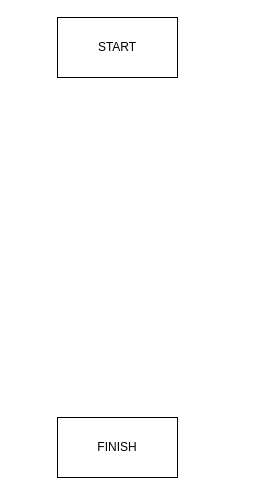
Above: Grafos/Diagrama sin título.drawio in Aaaacooooo/ETS_Directory (draw.io), before the change. Source tidied: cells renumbered, new cells numbered last; positions are measured from the earlier drawing's top-left corner, leaving out a move shared by most shapes. Both pictures are drawn from the tidied source at 100%, with x=0, y=0 at pixel (57, 17). Pictures stored in the file or linked from it are replaced by grey dashed boxes.
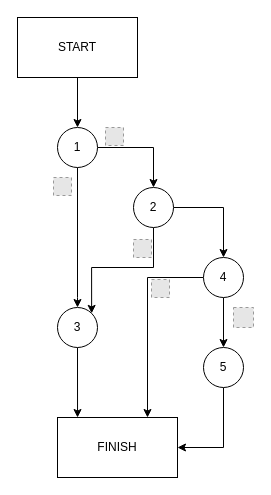
The same page after the edit.

Unchanged cells that the change refers to:
```xml
<mxCell id="3" value="FINISH" style="rounded=0;whiteSpace=wrap;html=1;" parent="1" vertex="1">
  <mxGeometry y="400" width="120" height="60" as="geometry" />
</mxCell>
```

What changed in the source:
```diff
@@
+    <mxCell id="4" style="edgeStyle=orthogonalEdgeStyle;rounded=0;jettySize=auto;html=1;entryX=0.5;entryY=0;entryDx=0;entryDy=0;" parent="1" edge="1" source="2" target="7">
+      <mxGeometry relative="1" as="geometry" />
+    </mxCell>
     <mxCell id="2" value="START" style="rounded=0;whiteSpace=wrap;html=1;" parent="1" vertex="1">
-      <mxGeometry width="120" height="60" as="geometry" />
+      <mxGeometry x="-40" width="120" height="60" as="geometry" />
     </mxCell>
@@
+    <mxCell id="5" style="edgeStyle=orthogonalEdgeStyle;rounded=0;jettySize=auto;html=1;entryX=0.5;entryY=0;entryDx=0;entryDy=0;exitX=0.5;exitY=1;exitDx=0;exitDy=0;" parent="1" edge="1" source="7" target="12">
+      <mxGeometry relative="1" as="geometry">
+        <Array as="points">
+          <mxPoint x="20" y="280" />
+        </Array>
+      </mxGeometry>
+    </mxCell>
+    <mxCell id="6" style="edgeStyle=orthogonalEdgeStyle;rounded=0;jettySize=auto;html=1;exitX=1;exitY=0.5;exitDx=0;exitDy=0;entryX=0.5;entryY=0;entryDx=0;entryDy=0;" parent="1" edge="1" source="7" target="10">
+      <mxGeometry relative="1" as="geometry" />
+    </mxCell>
+    <mxCell id="7" value="1" style="ellipse;whiteSpace=wrap;html=1;" parent="1" vertex="1">
+      <mxGeometry y="110" width="40" height="40" as="geometry" />
+    </mxCell>
+    <mxCell id="8" style="edgeStyle=orthogonalEdgeStyle;rounded=0;jettySize=auto;html=1;exitX=0.5;exitY=1;exitDx=0;exitDy=0;entryX=1;entryY=0;entryDx=0;entryDy=0;" parent="1" edge="1" source="10" target="12">
+      <mxGeometry relative="1" as="geometry" />
+    </mxCell>
+    <mxCell id="9" style="edgeStyle=orthogonalEdgeStyle;rounded=0;jettySize=auto;html=1;exitX=1;exitY=0.5;exitDx=0;exitDy=0;entryX=0.5;entryY=0;entryDx=0;entryDy=0;" parent="1" edge="1" source="10" target="17">
+      <mxGeometry relative="1" as="geometry" />
+    </mxCell>
+    <mxCell id="10" value="2" style="ellipse;whiteSpace=wrap;html=1;" parent="1" vertex="1">
+      <mxGeometry x="76" y="170" width="40" height="40" as="geometry" />
+    </mxCell>
+    <mxCell id="11" style="edgeStyle=orthogonalEdgeStyle;rounded=0;jettySize=auto;html=1;exitX=0.5;exitY=1;exitDx=0;exitDy=0;entryX=0.167;entryY=0;entryDx=0;entryDy=0;entryPerimeter=0;" parent="1" edge="1" source="12" target="3">
+      <mxGeometry relative="1" as="geometry" />
+    </mxCell>
+    <mxCell id="12" value="3" style="ellipse;whiteSpace=wrap;html=1;" parent="1" vertex="1">
+      <mxGeometry y="290" width="40" height="40" as="geometry" />
+    </mxCell>
+    <mxCell id="13" style="edgeStyle=orthogonalEdgeStyle;rounded=0;jettySize=auto;html=1;exitX=0.5;exitY=1;exitDx=0;exitDy=0;entryX=1;entryY=0.5;entryDx=0;entryDy=0;" parent="1" edge="1" source="14" target="3">
+      <mxGeometry relative="1" as="geometry" />
+    </mxCell>
+    <mxCell id="14" value="5" style="ellipse;whiteSpace=wrap;html=1;" parent="1" vertex="1">
+      <mxGeometry x="146" y="330" width="40" height="40" as="geometry" />
+    </mxCell>
+    <mxCell id="15" style="edgeStyle=orthogonalEdgeStyle;rounded=0;jettySize=auto;html=1;" parent="1" edge="1" source="17" target="14">
+      <mxGeometry relative="1" as="geometry" />
+    </mxCell>
+    <mxCell id="16" style="edgeStyle=orthogonalEdgeStyle;rounded=0;jettySize=auto;html=1;exitX=0;exitY=0.5;exitDx=0;exitDy=0;entryX=0.75;entryY=0;entryDx=0;entryDy=0;" parent="1" edge="1" source="17" target="3">
+      <mxGeometry relative="1" as="geometry" />
+    </mxCell>
+    <mxCell id="17" value="4" style="ellipse;whiteSpace=wrap;html=1;" parent="1" vertex="1">
+      <mxGeometry x="146" y="240" width="40" height="40" as="geometry" />
+    </mxCell>
+    <mxCell id="18" style="fillColor=#E6E6E6;strokeColor=#999999;dashed=1;html=1;verticalAlign=top;verticalLabelPosition=bottom;labelBackgroundColor=#ffffff;" parent="1" vertex="1">
+      <mxGeometry x="-4" y="160" width="18" height="18" as="geometry" />
+    </mxCell>
+    <mxCell id="19" style="fillColor=#E6E6E6;strokeColor=#999999;dashed=1;html=1;verticalAlign=top;verticalLabelPosition=bottom;labelBackgroundColor=#ffffff;" parent="1" vertex="1">
+      <mxGeometry x="76" y="222" width="18" height="18" as="geometry" />
+    </mxCell>
+    <mxCell id="20" style="fillColor=#E6E6E6;strokeColor=#999999;dashed=1;html=1;verticalAlign=top;verticalLabelPosition=bottom;labelBackgroundColor=#ffffff;" parent="1" vertex="1">
+      <mxGeometry x="176" y="290" width="20" height="20" as="geometry" />
+    </mxCell>
+    <mxCell id="21" style="fillColor=#E6E6E6;strokeColor=#999999;dashed=1;html=1;verticalAlign=top;verticalLabelPosition=bottom;labelBackgroundColor=#ffffff;" parent="1" vertex="1">
+      <mxGeometry x="48" y="110" width="18" height="18" as="geometry" />
+    </mxCell>
+    <mxCell id="22" style="fillColor=#E6E6E6;strokeColor=#999999;dashed=1;html=1;verticalAlign=top;verticalLabelPosition=bottom;labelBackgroundColor=#ffffff;" parent="1" vertex="1">
+      <mxGeometry x="94" y="262" width="18" height="18" as="geometry" />
+    </mxCell>
```
